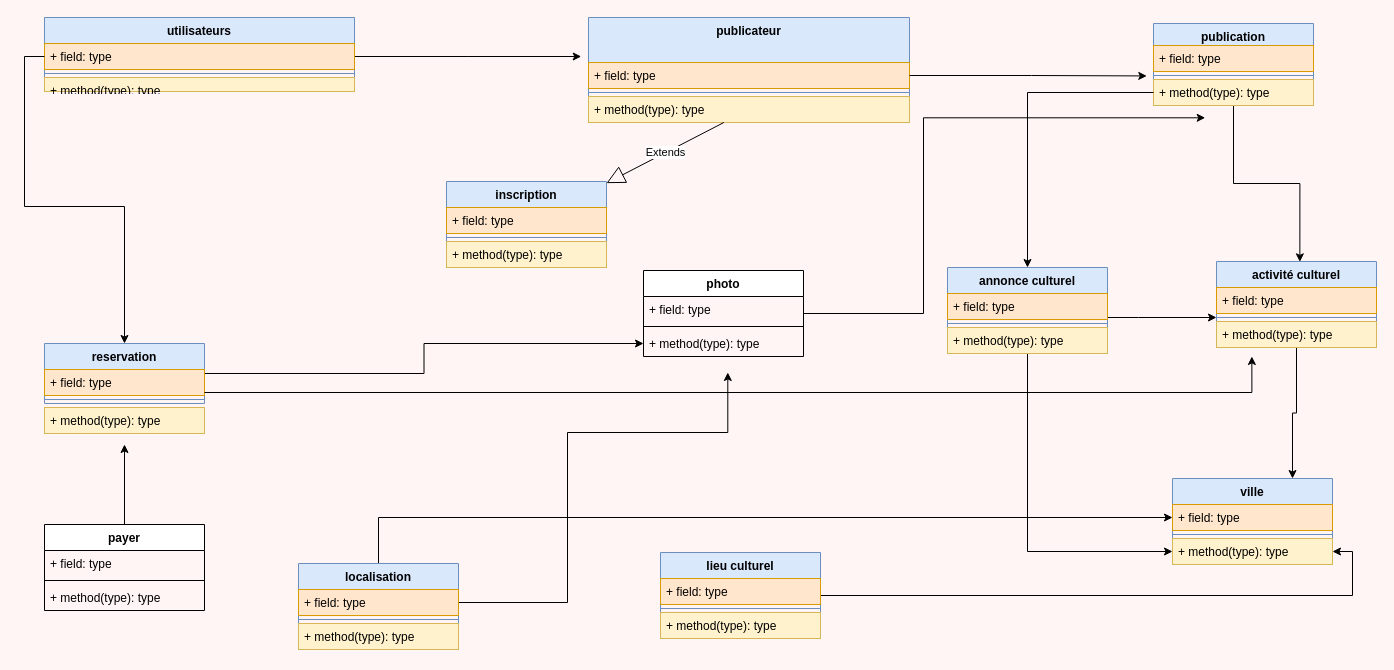
Earlier version of the draw.io diagram page "Page-1" (1 of 2) of Diagramme sans nom.drawio (mawuli01/reactJS). Source tidied: cells renumbered, new cells numbered last; positions are measured from the earlier drawing's top-left corner, leaving out a move shared by most shapes. Both pictures are drawn from the tidied source at 100%, with x=0, y=0 at pixel (44, 17).
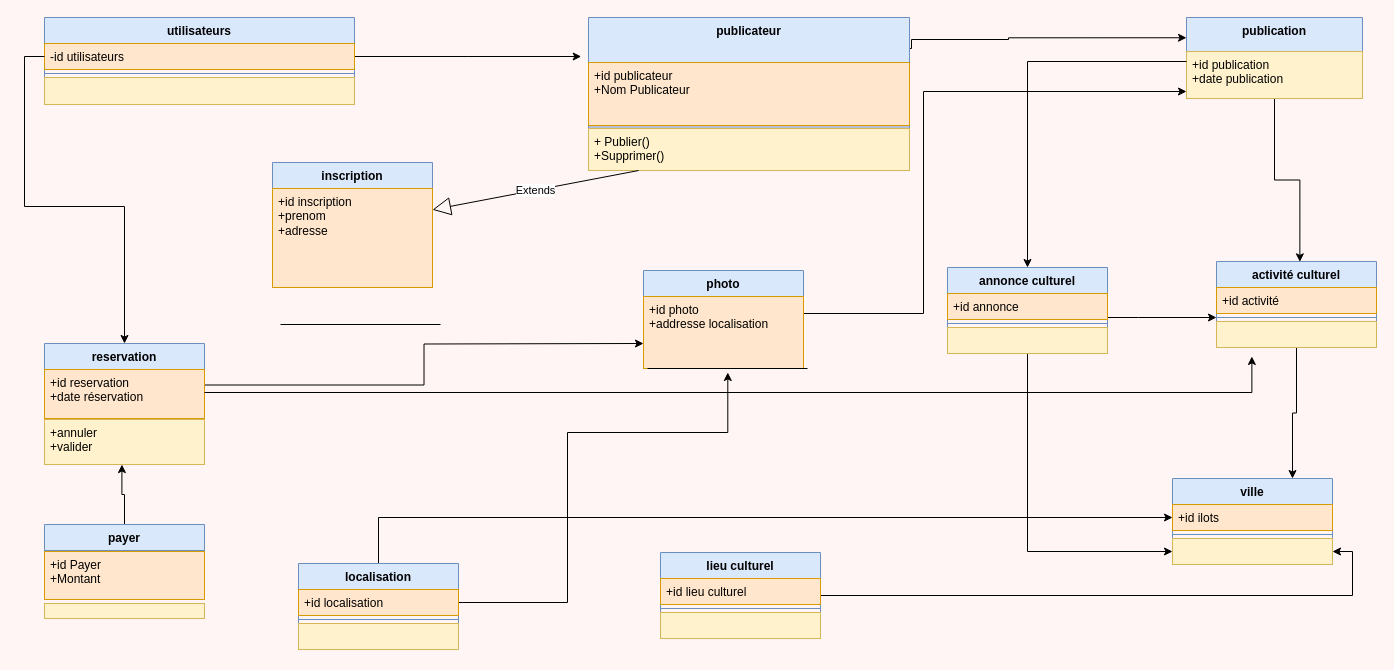
After the change.

Commit message:
Mettre à jour Diagramme sans nom.drawio

The change refers to these unchanged cells:
```xml
<mxCell id="25" value="lieu culturel" style="swimlane;fontStyle=1;align=center;verticalAlign=top;horizontal=1;startSize=26;whiteSpace=wrap;html=1;fillColor=#dae8fc;strokeColor=#6c8ebf;" parent="1" vertex="1">
  <mxGeometry x="616" y="535" width="160" height="86" as="geometry" />
</mxCell>
<mxCell id="29" value="ville" style="swimlane;fontStyle=1;align=center;verticalAlign=top;horizontal=1;startSize=26;whiteSpace=wrap;html=1;fillColor=#dae8fc;strokeColor=#6c8ebf;" parent="1" vertex="1">
  <mxGeometry x="1128" y="461" width="160" height="86" as="geometry" />
</mxCell>
<mxCell id="35" value="activité culturel" style="swimlane;fontStyle=1;align=center;verticalAlign=top;horizontal=1;startSize=26;whiteSpace=wrap;html=1;fillColor=#dae8fc;strokeColor=#6c8ebf;" parent="1" vertex="1">
  <mxGeometry x="1172" y="244" width="160" height="86" as="geometry" />
</mxCell>
<mxCell id="42" value="annonce culturel" style="swimlane;fontStyle=1;align=center;verticalAlign=top;horizontal=1;startSize=26;whiteSpace=wrap;html=1;fillColor=#dae8fc;strokeColor=#6c8ebf;" parent="1" vertex="1">
  <mxGeometry x="903" y="250" width="160" height="86" as="geometry" />
</mxCell>
<mxCell id="49" value="localisation" style="swimlane;fontStyle=1;align=center;verticalAlign=top;horizontal=1;startSize=26;whiteSpace=wrap;html=1;fillColor=#dae8fc;strokeColor=#6c8ebf;" parent="1" vertex="1">
  <mxGeometry x="254" y="546" width="160" height="86" as="geometry" />
</mxCell>
```

The edit, as a diff of the source:
```diff
@@
     <mxCell id="2" value="utilisateurs" style="swimlane;fontStyle=1;align=center;verticalAlign=top;horizontal=1;startSize=26;whiteSpace=wrap;html=1;fillColor=#dae8fc;strokeColor=#6c8ebf;" parent="1" vertex="1">
-      <mxGeometry width="310" height="74" as="geometry" />
+      <mxGeometry width="310" height="87" as="geometry" />
     </mxCell>
@@
-    <mxCell id="4" value="+ field: type" style="text;strokeColor=#d79b00;fillColor=#ffe6cc;align=left;verticalAlign=top;spacingLeft=4;spacingRight=4;overflow=hidden;points=[[0,0.5],[1,0.5]];portConstraint=eastwest;whiteSpace=wrap;html=1;" parent="2" vertex="1">
+    <mxCell id="4" value="-id utilisateurs" style="text;strokeColor=#d79b00;fillColor=#ffe6cc;align=left;verticalAlign=top;spacingLeft=4;spacingRight=4;overflow=hidden;points=[[0,0.5],[1,0.5]];portConstraint=eastwest;whiteSpace=wrap;html=1;" parent="2" vertex="1">
       <mxGeometry y="26" width="310" height="26" as="geometry" />
     </mxCell>
@@
-    <mxCell id="6" value="+ method(type): type" style="text;strokeColor=#d6b656;fillColor=#fff2cc;align=left;verticalAlign=top;spacingLeft=4;spacingRight=4;overflow=hidden;whiteSpace=wrap;html=1;" parent="2" vertex="1">
-      <mxGeometry y="60" width="310" height="14" as="geometry" />
+    <mxCell id="6" style="text;strokeColor=#d6b656;fillColor=#fff2cc;align=left;verticalAlign=top;spacingLeft=4;spacingRight=4;overflow=hidden;whiteSpace=wrap;html=1;" parent="2" vertex="1">
+      <mxGeometry y="60" width="310" height="27" as="geometry" />
     </mxCell>
+    <mxCell id="66" style="edgeStyle=orthogonalEdgeStyle;rounded=0;jettySize=auto;html=1;exitX=1;exitY=0.25;exitDx=0;exitDy=0;entryX=0;entryY=0.25;entryDx=0;entryDy=0;" parent="1" edge="1" source="7" target="12">
+      <mxGeometry relative="1" as="geometry">
+        <Array as="points">
+          <mxPoint x="865" y="31" />
+          <mxPoint x="867" y="31" />
+          <mxPoint x="867" y="22" />
+          <mxPoint x="964" y="22" />
+          <mxPoint x="964" y="20" />
+        </Array>
+      </mxGeometry>
+    </mxCell>
     <mxCell id="7" value="publicateur" style="swimlane;fontStyle=1;align=center;verticalAlign=top;horizontal=1;startSize=45;whiteSpace=wrap;html=1;strokeColor=#6c8ebf;fillColor=#dae8fc;" parent="1" vertex="1">
-      <mxGeometry x="544" width="321" height="105" as="geometry" />
+      <mxGeometry x="544" width="321" height="153" as="geometry" />
     </mxCell>
-    <mxCell id="8" value="+ field: type" style="text;strokeColor=#d79b00;fillColor=#ffe6cc;align=left;verticalAlign=top;spacingLeft=4;spacingRight=4;overflow=hidden;points=[[0,0.5],[1,0.5]];portConstraint=eastwest;whiteSpace=wrap;html=1;" parent="7" vertex="1">
-      <mxGeometry y="45" width="321" height="26" as="geometry" />
+    <mxCell id="8" value="+id publicateur&lt;br&gt;+Nom Publicateur" style="text;strokeColor=#d79b00;fillColor=#ffe6cc;align=left;verticalAlign=top;spacingLeft=4;spacingRight=4;overflow=hidden;points=[[0,0.5],[1,0.5]];portConstraint=eastwest;whiteSpace=wrap;html=1;" parent="7" vertex="1">
+      <mxGeometry y="45" width="321" height="63" as="geometry" />
     </mxCell>
     <mxCell id="9" style="line;strokeWidth=1;fillColor=none;align=left;verticalAlign=middle;spacingTop=-1;spacingLeft=3;spacingRight=3;labelPosition=right;strokeColor=inherit;" parent="7" vertex="1">
-      <mxGeometry y="71" width="321" height="8" as="geometry" />
+      <mxGeometry y="108" width="321" height="3" as="geometry" />
     </mxCell>
-    <mxCell id="10" value="+ method(type): type" style="text;strokeColor=#d6b656;fillColor=#fff2cc;align=left;verticalAlign=top;spacingLeft=4;spacingRight=4;overflow=hidden;points=[[0,0.5],[1,0.5]];portConstraint=eastwest;whiteSpace=wrap;html=1;" parent="7" vertex="1">
-      <mxGeometry y="79" width="321" height="26" as="geometry" />
+    <mxCell id="10" value="+ Publier()&lt;br&gt;+Supprimer()" style="text;strokeColor=#d6b656;fillColor=#fff2cc;align=left;verticalAlign=top;spacingLeft=4;spacingRight=4;overflow=hidden;points=[[0,0.5],[1,0.5]];portConstraint=eastwest;whiteSpace=wrap;html=1;" parent="7" vertex="1">
+      <mxGeometry y="111" width="321" height="42" as="geometry" />
     </mxCell>
@@
-    <mxCell id="12" value="publication" style="swimlane;fontStyle=1;align=center;verticalAlign=top;horizontal=1;startSize=22;whiteSpace=wrap;html=1;fillColor=#dae8fc;strokeColor=#6c8ebf;" parent="1" vertex="1">
-      <mxGeometry x="1109" y="6" width="160" height="82" as="geometry" />
+    <mxCell id="12" value="publication" style="swimlane;fontStyle=1;align=center;verticalAlign=top;horizontal=1;startSize=34;whiteSpace=wrap;html=1;fillColor=#dae8fc;strokeColor=#6c8ebf;" parent="1" vertex="1">
+      <mxGeometry x="1142" width="176" height="81" as="geometry" />
     </mxCell>
-    <mxCell id="13" value="+ field: type" style="text;strokeColor=#d79b00;fillColor=#ffe6cc;align=left;verticalAlign=top;spacingLeft=4;spacingRight=4;overflow=hidden;whiteSpace=wrap;html=1;" parent="12" vertex="1">
-      <mxGeometry y="22" width="160" height="26" as="geometry" />
-    </mxCell>
-    <mxCell id="14" style="line;strokeWidth=1;fillColor=none;align=left;verticalAlign=middle;spacingTop=-1;spacingLeft=3;spacingRight=3;labelPosition=right;strokeColor=inherit;" parent="12" vertex="1">
-      <mxGeometry y="48" width="160" height="8" as="geometry" />
-    </mxCell>
-    <mxCell id="15" value="+ method(type): type" style="text;strokeColor=#d6b656;fillColor=#fff2cc;align=left;verticalAlign=top;spacingLeft=4;spacingRight=4;overflow=hidden;points=[[0,0.5],[1,0.5]];portConstraint=eastwest;whiteSpace=wrap;html=1;" parent="12" vertex="1">
-      <mxGeometry y="56" width="160" height="26" as="geometry" />
+    <mxCell id="15" value="+id publication&lt;br&gt;+date publication" style="text;strokeColor=#d6b656;fillColor=#fff2cc;align=left;verticalAlign=top;spacingLeft=4;spacingRight=4;overflow=hidden;points=[[0,0.5],[1,0.5]];portConstraint=eastwest;whiteSpace=wrap;html=1;" parent="12" vertex="1">
+      <mxGeometry y="34" width="176" height="47" as="geometry" />
     </mxCell>
     <mxCell id="16" value="inscription" style="swimlane;fontStyle=1;align=center;verticalAlign=top;horizontal=1;startSize=26;whiteSpace=wrap;html=1;fillColor=#dae8fc;strokeColor=#6c8ebf;" parent="1" vertex="1">
-      <mxGeometry x="402" y="164" width="160" height="86" as="geometry" />
+      <mxGeometry x="228" y="145" width="160" height="125" as="geometry" />
     </mxCell>
-    <mxCell id="17" value="+ field: type" style="text;strokeColor=#d79b00;fillColor=#ffe6cc;align=left;verticalAlign=top;spacingLeft=4;spacingRight=4;overflow=hidden;whiteSpace=wrap;html=1;" parent="16" vertex="1">
-      <mxGeometry y="26" width="160" height="26" as="geometry" />
+    <mxCell id="17" value="+id inscription&lt;br&gt;+prenom&lt;br&gt;+adresse" style="text;strokeColor=#d79b00;fillColor=#ffe6cc;align=left;verticalAlign=top;spacingLeft=4;spacingRight=4;overflow=hidden;whiteSpace=wrap;html=1;" parent="16" vertex="1">
+      <mxGeometry y="26" width="160" height="99" as="geometry" />
     </mxCell>
-    <mxCell id="18" style="line;strokeWidth=1;fillColor=none;align=left;verticalAlign=middle;spacingTop=-1;spacingLeft=3;spacingRight=3;labelPosition=right;strokeColor=inherit;" parent="16" vertex="1">
-      <mxGeometry y="52" width="160" height="8" as="geometry" />
-    </mxCell>
-    <mxCell id="19" value="+ method(type): type" style="text;strokeColor=#d6b656;fillColor=#fff2cc;align=left;verticalAlign=top;spacingLeft=4;spacingRight=4;overflow=hidden;whiteSpace=wrap;html=1;" parent="16" vertex="1">
-      <mxGeometry y="60" width="160" height="26" as="geometry" />
-    </mxCell>
-    <mxCell id="20" style="edgeStyle=orthogonalEdgeStyle;rounded=0;jettySize=auto;html=1;" parent="1" edge="1" source="21" target="60">
-      <mxGeometry relative="1" as="geometry" />
+    <mxCell id="20" style="edgeStyle=orthogonalEdgeStyle;rounded=0;jettySize=auto;html=1;" parent="1" edge="1" source="21">
+      <mxGeometry relative="1" as="geometry">
+        <mxPoint x="599" y="326" as="targetPoint" />
+      </mxGeometry>
     </mxCell>
     <mxCell id="21" value="reservation" style="swimlane;fontStyle=1;align=center;verticalAlign=top;horizontal=1;startSize=26;whiteSpace=wrap;html=1;fillColor=#dae8fc;strokeColor=#6c8ebf;" parent="1" vertex="1">
-      <mxGeometry y="326" width="160" height="60" as="geometry" />
+      <mxGeometry y="326" width="160" height="83" as="geometry" />
     </mxCell>
-    <mxCell id="22" value="+ field: type" style="text;strokeColor=#d79b00;fillColor=#ffe6cc;align=left;verticalAlign=top;spacingLeft=4;spacingRight=4;overflow=hidden;points=[[0,0.5],[1,0.5]];portConstraint=eastwest;whiteSpace=wrap;html=1;" parent="21" vertex="1">
-      <mxGeometry y="26" width="160" height="26" as="geometry" />
+    <mxCell id="22" value="+id reservation&lt;br&gt;+date réservation" style="text;strokeColor=#d79b00;fillColor=#ffe6cc;align=left;verticalAlign=top;spacingLeft=4;spacingRight=4;overflow=hidden;points=[[0,0.5],[1,0.5]];portConstraint=eastwest;whiteSpace=wrap;html=1;" parent="21" vertex="1">
+      <mxGeometry y="26" width="160" height="49" as="geometry" />
     </mxCell>
     <mxCell id="23" style="line;strokeWidth=1;fillColor=none;align=left;verticalAlign=middle;spacingTop=-1;spacingLeft=3;spacingRight=3;labelPosition=right;strokeColor=inherit;" parent="21" vertex="1">
-      <mxGeometry y="52" width="160" height="8" as="geometry" />
+      <mxGeometry y="75" width="160" height="8" as="geometry" />
     </mxCell>
@@
-    <mxCell id="26" value="+ field: type" style="text;strokeColor=#d79b00;fillColor=#ffe6cc;align=left;verticalAlign=top;spacingLeft=4;spacingRight=4;overflow=hidden;whiteSpace=wrap;html=1;" parent="25" vertex="1">
+    <mxCell id="26" value="+id lieu culturel" style="text;strokeColor=#d79b00;fillColor=#ffe6cc;align=left;verticalAlign=top;spacingLeft=4;spacingRight=4;overflow=hidden;whiteSpace=wrap;html=1;" parent="25" vertex="1">
       <mxGeometry y="26" width="160" height="26" as="geometry" />
     </mxCell>
@@
-    <mxCell id="28" value="+ method(type): type" style="text;strokeColor=#d6b656;fillColor=#fff2cc;align=left;verticalAlign=top;spacingLeft=4;spacingRight=4;overflow=hidden;whiteSpace=wrap;html=1;" parent="25" vertex="1">
+    <mxCell id="28" style="text;strokeColor=#d6b656;fillColor=#fff2cc;align=left;verticalAlign=top;spacingLeft=4;spacingRight=4;overflow=hidden;whiteSpace=wrap;html=1;" parent="25" vertex="1">
       <mxGeometry y="60" width="160" height="26" as="geometry" />
     </mxCell>
@@
-    <mxCell id="30" value="+ field: type" style="text;strokeColor=#d79b00;fillColor=#ffe6cc;align=left;verticalAlign=top;spacingLeft=4;spacingRight=4;overflow=hidden;points=[[0,0.5],[1,0.5]];portConstraint=eastwest;whiteSpace=wrap;html=1;" parent="29" vertex="1">
+    <mxCell id="30" value="+id ilots&amp;nbsp;" style="text;strokeColor=#d79b00;fillColor=#ffe6cc;align=left;verticalAlign=top;spacingLeft=4;spacingRight=4;overflow=hidden;points=[[0,0.5],[1,0.5]];portConstraint=eastwest;whiteSpace=wrap;html=1;" parent="29" vertex="1">
       <mxGeometry y="26" width="160" height="26" as="geometry" />
     </mxCell>
@@
-    <mxCell id="32" value="+ method(type): type" style="text;strokeColor=#d6b656;fillColor=#fff2cc;align=left;verticalAlign=top;spacingLeft=4;spacingRight=4;overflow=hidden;points=[[0,0.5],[1,0.5]];portConstraint=eastwest;whiteSpace=wrap;html=1;" parent="29" vertex="1">
+    <mxCell id="32" style="text;strokeColor=#d6b656;fillColor=#fff2cc;align=left;verticalAlign=top;spacingLeft=4;spacingRight=4;overflow=hidden;points=[[0,0.5],[1,0.5]];portConstraint=eastwest;whiteSpace=wrap;html=1;" parent="29" vertex="1">
       <mxGeometry y="60" width="160" height="26" as="geometry" />
     </mxCell>
-    <mxCell id="33" style="edgeStyle=orthogonalEdgeStyle;rounded=0;jettySize=auto;html=1;entryX=-0.042;entryY=-0.137;entryDx=0;entryDy=0;entryPerimeter=0;" parent="1" edge="1" source="8" target="15">
-      <mxGeometry relative="1" as="geometry" />
-    </mxCell>
@@
-    <mxCell id="36" value="+ field: type" style="text;strokeColor=#d79b00;fillColor=#ffe6cc;align=left;verticalAlign=top;spacingLeft=4;spacingRight=4;overflow=hidden;whiteSpace=wrap;html=1;" parent="35" vertex="1">
+    <mxCell id="36" value="+id activité&lt;br&gt;" style="text;strokeColor=#d79b00;fillColor=#ffe6cc;align=left;verticalAlign=top;spacingLeft=4;spacingRight=4;overflow=hidden;whiteSpace=wrap;html=1;" parent="35" vertex="1">
       <mxGeometry y="26" width="160" height="26" as="geometry" />
     </mxCell>
@@
-    <mxCell id="38" value="+ method(type): type" style="text;strokeColor=#d6b656;fillColor=#fff2cc;align=left;verticalAlign=top;spacingLeft=4;spacingRight=4;overflow=hidden;points=[[0,0.5],[1,0.5]];portConstraint=eastwest;whiteSpace=wrap;html=1;" parent="35" vertex="1">
+    <mxCell id="38" style="text;strokeColor=#d6b656;fillColor=#fff2cc;align=left;verticalAlign=top;spacingLeft=4;spacingRight=4;overflow=hidden;points=[[0,0.5],[1,0.5]];portConstraint=eastwest;whiteSpace=wrap;html=1;" parent="35" vertex="1">
       <mxGeometry y="60" width="160" height="26" as="geometry" />
     </mxCell>
@@
-    <mxCell id="43" value="+ field: type" style="text;strokeColor=#d79b00;fillColor=#ffe6cc;align=left;verticalAlign=top;spacingLeft=4;spacingRight=4;overflow=hidden;whiteSpace=wrap;html=1;" parent="42" vertex="1">
+    <mxCell id="43" value="+id annonce" style="text;strokeColor=#d79b00;fillColor=#ffe6cc;align=left;verticalAlign=top;spacingLeft=4;spacingRight=4;overflow=hidden;whiteSpace=wrap;html=1;" parent="42" vertex="1">
       <mxGeometry y="26" width="160" height="26" as="geometry" />
     </mxCell>
@@
-    <mxCell id="45" value="+ method(type): type" style="text;strokeColor=#d6b656;fillColor=#fff2cc;align=left;verticalAlign=top;spacingLeft=4;spacingRight=4;overflow=hidden;whiteSpace=wrap;html=1;" parent="42" vertex="1">
+    <mxCell id="45" style="text;strokeColor=#d6b656;fillColor=#fff2cc;align=left;verticalAlign=top;spacingLeft=4;spacingRight=4;overflow=hidden;whiteSpace=wrap;html=1;" parent="42" vertex="1">
       <mxGeometry y="60" width="160" height="26" as="geometry" />
     </mxCell>
     <mxCell id="46" style="edgeStyle=orthogonalEdgeStyle;rounded=0;jettySize=auto;html=1;entryX=0.5;entryY=0;entryDx=0;entryDy=0;" parent="1" edge="1" source="15" target="42">
-      <mxGeometry relative="1" as="geometry" />
+      <mxGeometry relative="1" as="geometry">
+        <Array as="points">
+          <mxPoint x="983" y="44" />
+        </Array>
+      </mxGeometry>
     </mxCell>
-    <mxCell id="47" value="+ method(type): type" style="text;strokeColor=#d6b656;fillColor=#fff2cc;align=left;verticalAlign=top;spacingLeft=4;spacingRight=4;overflow=hidden;points=[[0,0.5],[1,0.5]];portConstraint=eastwest;whiteSpace=wrap;html=1;" parent="1" vertex="1">
-      <mxGeometry y="390" width="160" height="26" as="geometry" />
+    <mxCell id="47" value="+annuler&amp;nbsp;&lt;br&gt;+valider" style="text;strokeColor=#d6b656;fillColor=#fff2cc;align=left;verticalAlign=top;spacingLeft=4;spacingRight=4;overflow=hidden;points=[[0,0.5],[1,0.5]];portConstraint=eastwest;whiteSpace=wrap;html=1;" parent="1" vertex="1">
+      <mxGeometry y="402" width="160" height="45" as="geometry" />
     </mxCell>
@@
-    <mxCell id="51" value="+ field: type" style="text;align=left;verticalAlign=top;spacingLeft=4;spacingRight=4;overflow=hidden;points=[[0,0.5],[1,0.5]];portConstraint=eastwest;whiteSpace=wrap;html=1;fillColor=#ffe6cc;strokeColor=#d79b00;" parent="49" vertex="1">
+    <mxCell id="51" value="+id localisation" style="text;align=left;verticalAlign=top;spacingLeft=4;spacingRight=4;overflow=hidden;points=[[0,0.5],[1,0.5]];portConstraint=eastwest;whiteSpace=wrap;html=1;fillColor=#ffe6cc;strokeColor=#d79b00;" parent="49" vertex="1">
       <mxGeometry y="26" width="160" height="26" as="geometry" />
     </mxCell>
@@
-    <mxCell id="53" value="+ method(type): type" style="text;strokeColor=#d6b656;fillColor=#fff2cc;align=left;verticalAlign=top;spacingLeft=4;spacingRight=4;overflow=hidden;whiteSpace=wrap;html=1;" parent="49" vertex="1">
+    <mxCell id="53" style="text;strokeColor=#d6b656;fillColor=#fff2cc;align=left;verticalAlign=top;spacingLeft=4;spacingRight=4;overflow=hidden;whiteSpace=wrap;html=1;" parent="49" vertex="1">
       <mxGeometry y="60" width="160" height="26" as="geometry" />
     </mxCell>
@@
-    <mxCell id="56" style="edgeStyle=orthogonalEdgeStyle;rounded=0;jettySize=auto;html=1;" parent="1" edge="1" source="57">
+    <mxCell id="56" style="edgeStyle=orthogonalEdgeStyle;rounded=0;jettySize=auto;html=1;entryX=0;entryY=0.851;entryDx=0;entryDy=0;entryPerimeter=0;" parent="1" edge="1" source="57" target="15">
       <mxGeometry relative="1" as="geometry">
-        <mxPoint x="1160.7" y="100.3" as="targetPoint" />
         <Array as="points">
           <mxPoint x="879" y="296" />
-          <mxPoint x="879" y="100" />
+          <mxPoint x="879" y="74" />
         </Array>
       </mxGeometry>
     </mxCell>
-    <mxCell id="57" value="photo" style="swimlane;fontStyle=1;align=center;verticalAlign=top;horizontal=1;startSize=26;whiteSpace=wrap;html=1;" parent="1" vertex="1">
-      <mxGeometry x="599" y="253" width="160" height="86" as="geometry" />
+    <mxCell id="57" value="photo" style="swimlane;fontStyle=1;align=center;verticalAlign=top;horizontal=1;startSize=26;whiteSpace=wrap;html=1;fillColor=#dae8fc;strokeColor=#6c8ebf;" parent="1" vertex="1">
+      <mxGeometry x="599" y="253" width="160" height="98" as="geometry" />
     </mxCell>
-    <mxCell id="58" value="+ field: type" style="text;strokeColor=none;fillColor=none;align=left;verticalAlign=top;spacingLeft=4;spacingRight=4;overflow=hidden;whiteSpace=wrap;html=1;" parent="57" vertex="1">
-      <mxGeometry y="26" width="160" height="26" as="geometry" />
+    <mxCell id="58" value="+id photo&lt;br&gt;+addresse localisation" style="text;strokeColor=#d79b00;fillColor=#ffe6cc;align=left;verticalAlign=top;spacingLeft=4;spacingRight=4;overflow=hidden;whiteSpace=wrap;html=1;" parent="57" vertex="1">
+      <mxGeometry y="26" width="160" height="72" as="geometry" />
     </mxCell>
+    <mxCell id="67" style="edgeStyle=orthogonalEdgeStyle;rounded=0;jettySize=auto;html=1;entryX=0.484;entryY=1.001;entryDx=0;entryDy=0;entryPerimeter=0;" parent="1" edge="1" source="62" target="47">
+      <mxGeometry relative="1" as="geometry" />
+    </mxCell>
+    <mxCell id="62" value="payer" style="swimlane;fontStyle=1;align=center;verticalAlign=top;horizontal=1;startSize=26;whiteSpace=wrap;html=1;fillColor=#dae8fc;strokeColor=#6c8ebf;" parent="1" vertex="1">
+      <mxGeometry y="507" width="160" height="75" as="geometry" />
+    </mxCell>
+    <mxCell id="64" style="line;strokeWidth=1;fillColor=none;align=left;verticalAlign=middle;spacingTop=-1;spacingLeft=3;spacingRight=3;labelPosition=right;strokeColor=inherit;" parent="62" vertex="1">
+      <mxGeometry y="26" width="160" height="1" as="geometry" />
+    </mxCell>
+    <mxCell id="63" value="+id Payer&lt;br&gt;+Montant" style="text;strokeColor=#d79b00;fillColor=#ffe6cc;align=left;verticalAlign=top;spacingLeft=4;spacingRight=4;overflow=hidden;whiteSpace=wrap;html=1;" parent="62" vertex="1">
+      <mxGeometry y="27" width="160" height="48" as="geometry" />
+    </mxCell>
+    <mxCell id="18" style="line;strokeWidth=1;fillColor=none;align=left;verticalAlign=middle;spacingTop=-1;spacingLeft=3;spacingRight=3;labelPosition=right;strokeColor=inherit;" parent="1" vertex="1">
+      <mxGeometry x="236" y="303" width="160" height="8" as="geometry" />
+    </mxCell>
+    <mxCell id="65" style="text;strokeColor=#d6b656;fillColor=#fff2cc;align=left;verticalAlign=top;spacingLeft=4;spacingRight=4;overflow=hidden;whiteSpace=wrap;html=1;" parent="1" vertex="1">
+      <mxGeometry y="586" width="160" height="15" as="geometry" />
+    </mxCell>
-    <mxCell id="59" style="line;strokeWidth=1;fillColor=none;align=left;verticalAlign=middle;spacingTop=-1;spacingLeft=3;spacingRight=3;labelPosition=right;strokeColor=inherit;" parent="57" vertex="1">
-      <mxGeometry y="52" width="160" height="8" as="geometry" />
+    <mxCell id="59" style="line;strokeWidth=1;fillColor=none;align=left;verticalAlign=middle;spacingTop=-1;spacingLeft=3;spacingRight=3;labelPosition=right;strokeColor=inherit;" parent="1" vertex="1">
+      <mxGeometry x="603" y="341" width="160" height="20" as="geometry" />
     </mxCell>
-    <mxCell id="60" value="+ method(type): type" style="text;strokeColor=none;fillColor=none;align=left;verticalAlign=top;spacingLeft=4;spacingRight=4;overflow=hidden;points=[[0,0.5],[1,0.5]];portConstraint=eastwest;whiteSpace=wrap;html=1;" parent="57" vertex="1">
-      <mxGeometry y="60" width="160" height="26" as="geometry" />
-    </mxCell>
-    <mxCell id="61" style="edgeStyle=orthogonalEdgeStyle;rounded=0;jettySize=auto;html=1;" parent="1" edge="1" source="62">
-      <mxGeometry relative="1" as="geometry">
-        <mxPoint x="80" y="427" as="targetPoint" />
-      </mxGeometry>
-    </mxCell>
-    <mxCell id="62" value="payer" style="swimlane;fontStyle=1;align=center;verticalAlign=top;horizontal=1;startSize=26;whiteSpace=wrap;html=1;" parent="1" vertex="1">
-      <mxGeometry y="507" width="160" height="86" as="geometry" />
-    </mxCell>
-    <mxCell id="63" value="+ field: type" style="text;strokeColor=none;fillColor=none;align=left;verticalAlign=top;spacingLeft=4;spacingRight=4;overflow=hidden;whiteSpace=wrap;html=1;" parent="62" vertex="1">
-      <mxGeometry y="26" width="160" height="26" as="geometry" />
-    </mxCell>
-    <mxCell id="64" style="line;strokeWidth=1;fillColor=none;align=left;verticalAlign=middle;spacingTop=-1;spacingLeft=3;spacingRight=3;labelPosition=right;strokeColor=inherit;" parent="62" vertex="1">
-      <mxGeometry y="52" width="160" height="8" as="geometry" />
-    </mxCell>
-    <mxCell id="65" value="+ method(type): type" style="text;strokeColor=none;fillColor=none;align=left;verticalAlign=top;spacingLeft=4;spacingRight=4;overflow=hidden;whiteSpace=wrap;html=1;" parent="62" vertex="1">
-      <mxGeometry y="60" width="160" height="26" as="geometry" />
-    </mxCell>
```
